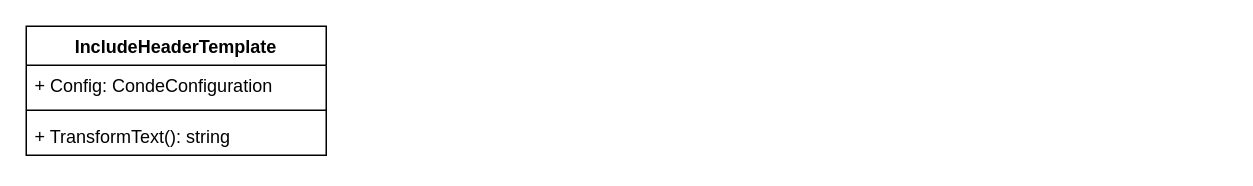
Above: page "IncludeHeaderTemplate" (5 of 9) of doc/design/AutoTestPrep_StubCodeGenerator.drawio in CountrySideEngineer/AutoTestPrep (draw.io), before the change. Source tidied: cells renumbered, new cells numbered last; positions are measured from the earlier drawing's top-left corner, leaving out a move shared by most shapes. Both pictures are drawn from the tidied source at 150%, with x=0, y=0 at pixel (26, 26).
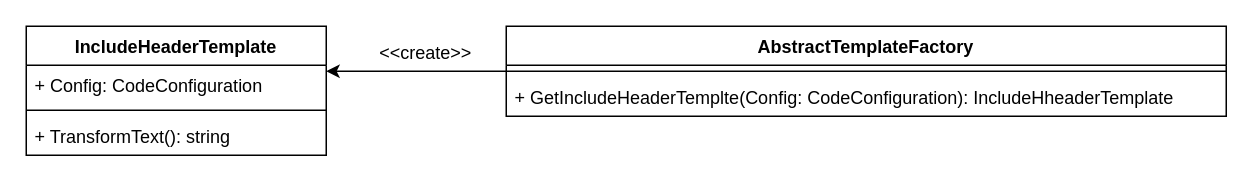
Above is the later version.

What changed in the source:
```diff
@@
 <mxGraphModel>
   <root>
     <mxCell id="0" />
     <mxCell id="1" parent="0" />
     <mxCell id="2" value="IncludeHeaderTemplate" style="swimlane;fontStyle=1;align=center;verticalAlign=top;horizontal=1;startSize=26;" parent="1" vertex="1">
       <mxGeometry width="200" height="86" as="geometry" />
     </mxCell>
-    <mxCell id="3" value="+ Config: CondeConfiguration" style="text;strokeColor=none;fillColor=none;align=left;verticalAlign=top;spacingLeft=4;spacingRight=4;overflow=hidden;" parent="2" vertex="1">
+    <mxCell id="3" value="+ Config: CodeConfiguration" style="text;strokeColor=none;fillColor=none;align=left;verticalAlign=top;spacingLeft=4;spacingRight=4;overflow=hidden;" parent="2" vertex="1">
       <mxGeometry y="26" width="200" height="26" as="geometry" />
     </mxCell>
     <mxCell id="4" style="line;strokeWidth=1;fillColor=none;align=left;verticalAlign=middle;spacingTop=-1;spacingLeft=3;spacingRight=3;labelPosition=right;" parent="2" vertex="1">
       <mxGeometry y="52" width="200" height="8" as="geometry" />
     </mxCell>
     <mxCell id="5" value="+ TransformText(): string" style="text;strokeColor=none;fillColor=none;align=left;verticalAlign=top;spacingLeft=4;spacingRight=4;overflow=hidden;" parent="2" vertex="1">
       <mxGeometry y="60" width="200" height="26" as="geometry" />
     </mxCell>
+    <mxCell id="6" style="edgeStyle=orthogonalEdgeStyle;rounded=0;jettySize=auto;html=1;" parent="1" edge="1" source="8" target="2">
+      <mxGeometry relative="1" as="geometry">
+        <Array as="points">
+          <mxPoint x="230" y="30" />
+          <mxPoint x="230" y="30" />
+        </Array>
+      </mxGeometry>
+    </mxCell>
+    <mxCell id="7" value="&amp;lt;&amp;lt;create&amp;gt;&amp;gt;" style="text;html=1;align=center;verticalAlign=middle;labelBackgroundColor=#ffffff;" parent="6" vertex="1">
+      <mxGeometry x="0.28" y="-3" relative="1" as="geometry">
+        <mxPoint x="22" y="-10" as="offset" />
+      </mxGeometry>
+    </mxCell>
+    <mxCell id="8" value="AbstractTemplateFactory" style="swimlane;fontStyle=1;align=center;verticalAlign=top;horizontal=1;startSize=26;" parent="1" vertex="1">
+      <mxGeometry x="320" width="480" height="60" as="geometry" />
+    </mxCell>
+    <mxCell id="9" style="line;strokeWidth=1;fillColor=none;align=left;verticalAlign=middle;spacingTop=-1;spacingLeft=3;spacingRight=3;labelPosition=right;" parent="8" vertex="1">
+      <mxGeometry y="26" width="480" height="8" as="geometry" />
+    </mxCell>
+    <mxCell id="10" value="+ GetIncludeHeaderTemplte(Config: CodeConfiguration): IncludeHheaderTemplate" style="text;strokeColor=none;fillColor=none;align=left;verticalAlign=top;spacingLeft=4;spacingRight=4;overflow=hidden;" parent="8" vertex="1">
+      <mxGeometry y="34" width="480" height="26" as="geometry" />
+    </mxCell>
   </root>
 </mxGraphModel>
```
